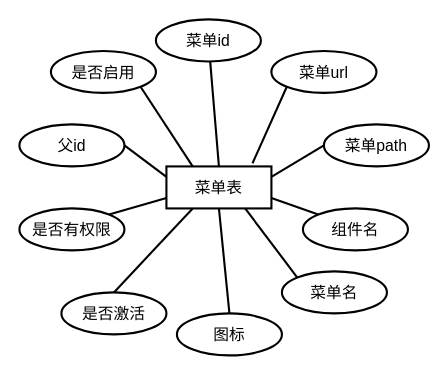
Before: 毕业设计-菜单表.drawio in srcrs/draw-static, a draw.io diagram. Source tidied: cells renumbered, new cells numbered last; positions are measured from the earlier drawing's top-left corner, leaving out a move shared by most shapes. Both pictures are drawn from the tidied source at 105%, with x=0, y=0 at pixel (19, 19).
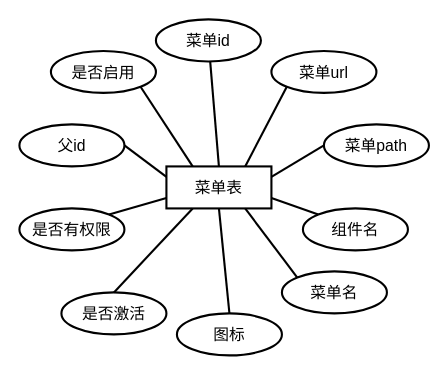
The same page after the edit.

Commit message:
更新毕业设计-菜单表.drawio

Unchanged cells that the change refers to:
```xml
<mxCell id="2" value="菜单表" style="whiteSpace=wrap;html=1;align=center;strokeWidth=2;fontSize=15;" parent="1" vertex="1">
  <mxGeometry x="140" y="140" width="100" height="40" as="geometry" />
</mxCell>
<mxCell id="3" value="菜单url" style="ellipse;whiteSpace=wrap;html=1;align=center;strokeWidth=2;fontSize=15;" parent="1" vertex="1">
  <mxGeometry x="240" y="30" width="100" height="40" as="geometry" />
</mxCell>
```

The edit, as a diff of the source:
```diff
@@
-    <mxCell id="14" style="endArrow=none;html=1;rounded=0;fontSize=15;strokeWidth=2;entryX=0.82;entryY=-0.075;entryDx=0;entryDy=0;exitX=0;exitY=1;exitDx=0;exitDy=0;entryPerimeter=0;" parent="1" edge="1" source="3" target="2">
+    <mxCell id="14" style="endArrow=none;html=1;rounded=0;fontSize=15;strokeWidth=2;entryX=0.75;entryY=0;entryDx=0;entryDy=0;exitX=0;exitY=1;exitDx=0;exitDy=0;" parent="1" edge="1" source="3" target="2">
       <mxGeometry relative="1" as="geometry" />
     </mxCell>
```
